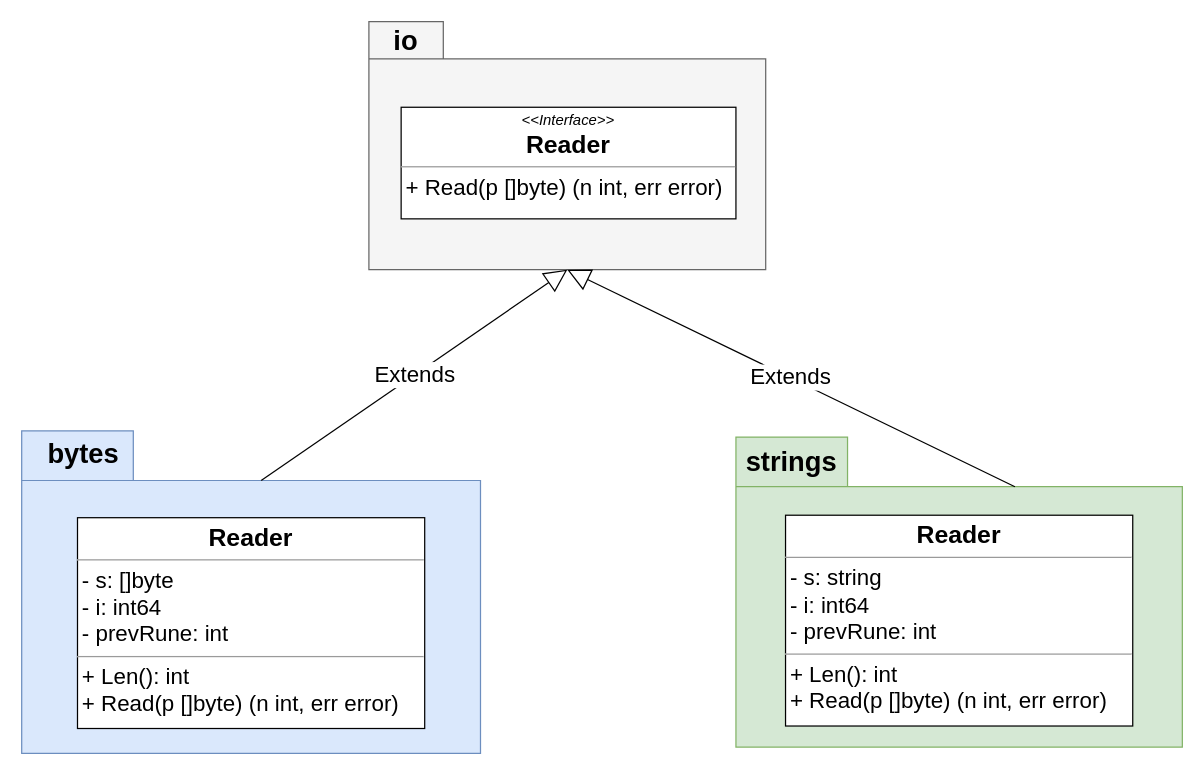
This is advanced/uml/io-bytes-strings.drawio from yongxinz/gopher, a draw.io file, before an edit. Source tidied: cells renumbered, new cells numbered last; positions are measured from the earlier drawing's top-left corner, leaving out a move shared by most shapes. Both pictures are drawn from the tidied source at 124%, with x=0, y=0 at pixel (21, 21).
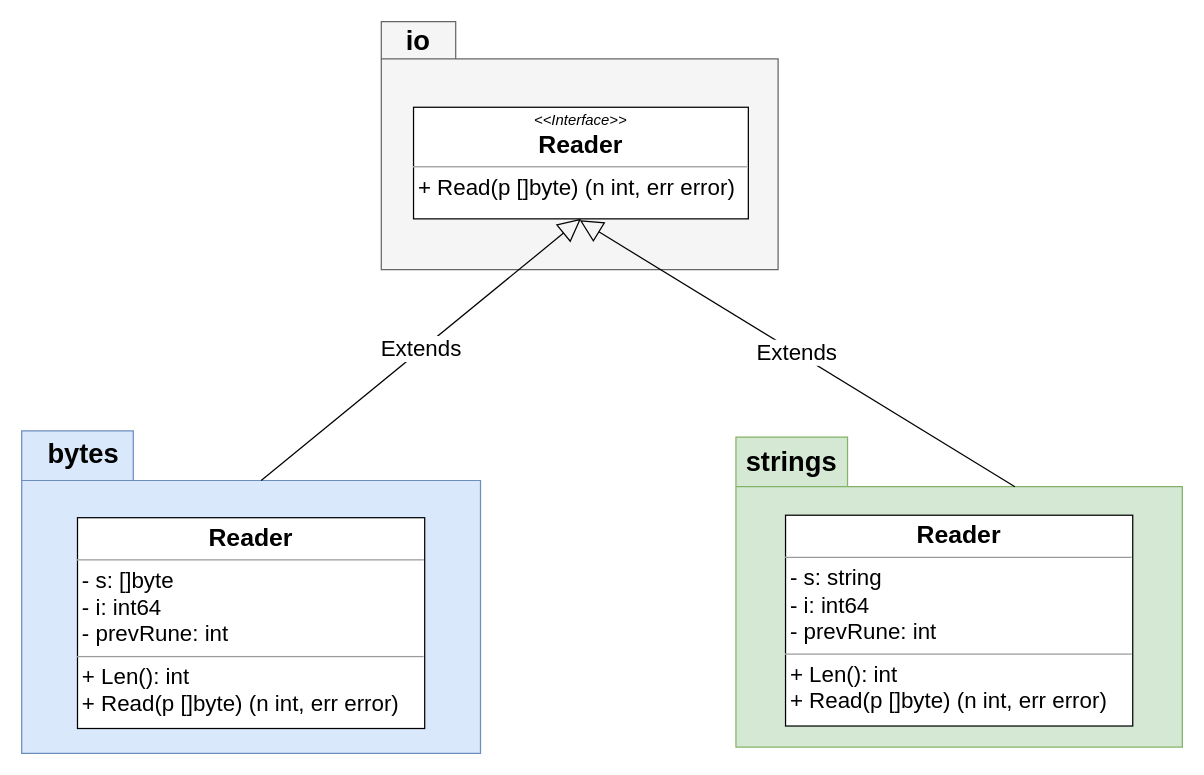
Above is the later version.

The edit, as a diff of the source:
```diff
@@
 <mxGraphModel>
   <root>
     <mxCell id="0" />
     <mxCell id="1" parent="0" />
     <mxCell id="2" style="shape=folder;fontStyle=1;spacingTop=10;tabWidth=60;tabHeight=30;tabPosition=left;html=1;fillColor=#f5f5f5;fontColor=#333333;strokeColor=#666666;" parent="1" vertex="1">
-      <mxGeometry x="280" width="320" height="200" as="geometry" />
+      <mxGeometry x="290" width="320" height="200" as="geometry" />
     </mxCell>
     <mxCell id="3" value="&lt;p style=&quot;margin: 0px ; margin-top: 4px ; text-align: center&quot;&gt;&lt;i&gt;&amp;lt;&amp;lt;Interface&amp;gt;&amp;gt;&lt;/i&gt;&lt;br&gt;&lt;b&gt;&lt;font style=&quot;font-size: 20px&quot;&gt;Reader&lt;/font&gt;&lt;/b&gt;&lt;/p&gt;&lt;hr size=&quot;1&quot;&gt;&lt;p style=&quot;margin: 0px 0px 0px 4px ; font-size: 18px&quot;&gt;&lt;font style=&quot;font-size: 18px&quot;&gt;+&amp;nbsp;&lt;/font&gt;&lt;font style=&quot;font-size: 18px&quot;&gt;Read(p []byte) (n int, err error)&lt;/font&gt;&lt;/p&gt;" style="verticalAlign=top;align=left;overflow=fill;fontSize=12;fontFamily=Helvetica;html=1;" parent="1" vertex="1">
-      <mxGeometry x="306" y="69" width="270" height="90" as="geometry" />
+      <mxGeometry x="316" y="69" width="270" height="90" as="geometry" />
     </mxCell>
     <mxCell id="4" value="io" style="text;align=center;fontStyle=1;verticalAlign=middle;spacingLeft=3;spacingRight=3;strokeColor=none;fontSize=22;" parent="1" vertex="1">
-      <mxGeometry x="270" width="80" height="26" as="geometry" />
+      <mxGeometry x="280" width="80" height="26" as="geometry" />
     </mxCell>
     <mxCell id="5" value="&lt;div style=&quot;text-align: left ; line-height: 1.75 ; font-size: 14px&quot;&gt;&lt;br&gt;&lt;/div&gt;" style="shape=folder;fontStyle=1;spacingTop=10;tabWidth=90;tabHeight=40;tabPosition=left;html=1;fontSize=18;fillColor=#dae8fc;strokeColor=#6c8ebf;" parent="1" vertex="1">
       <mxGeometry y="330" width="370" height="260" as="geometry" />
     </mxCell>
     <mxCell id="6" value="&lt;div style=&quot;text-align: left ; line-height: 1.75 ; font-size: 14px&quot;&gt;&lt;br&gt;&lt;/div&gt;" style="shape=folder;fontStyle=1;spacingTop=10;tabWidth=90;tabHeight=40;tabPosition=left;html=1;fontSize=18;fillColor=#d5e8d4;strokeColor=#82b366;" parent="1" vertex="1">
       <mxGeometry x="576" y="335" width="360" height="250" as="geometry" />
     </mxCell>
     <mxCell id="7" value="bytes" style="text;align=center;fontStyle=1;verticalAlign=middle;spacingLeft=3;spacingRight=3;strokeColor=none;fontSize=22;" parent="1" vertex="1">
       <mxGeometry x="10" y="333" width="80" height="26" as="geometry" />
     </mxCell>
     <mxCell id="8" value="strings" style="text;align=center;fontStyle=1;verticalAlign=middle;spacingLeft=3;spacingRight=3;strokeColor=none;fontSize=22;" parent="1" vertex="1">
       <mxGeometry x="581" y="340" width="80" height="26" as="geometry" />
     </mxCell>
     <mxCell id="9" value="&lt;p style=&quot;margin: 0px ; margin-top: 4px ; text-align: center&quot;&gt;&lt;b&gt;&lt;font style=&quot;font-size: 20px&quot;&gt;Reader&lt;/font&gt;&lt;/b&gt;&lt;/p&gt;&lt;hr size=&quot;1&quot;&gt;&lt;p style=&quot;margin: 0px 0px 0px 4px ; font-size: 18px&quot;&gt;&lt;font style=&quot;font-size: 18px&quot;&gt;- s: string&lt;/font&gt;&lt;/p&gt;&lt;p style=&quot;margin: 0px 0px 0px 4px ; font-size: 18px&quot;&gt;&lt;font style=&quot;font-size: 18px&quot;&gt;- i: int64&lt;/font&gt;&lt;/p&gt;&lt;p style=&quot;margin: 0px 0px 0px 4px ; font-size: 18px&quot;&gt;&lt;font style=&quot;font-size: 18px&quot;&gt;- prevRune: int&lt;/font&gt;&lt;/p&gt;&lt;hr size=&quot;1&quot;&gt;&lt;p style=&quot;margin: 0px 0px 0px 4px ; font-size: 18px&quot;&gt;&lt;font style=&quot;font-size: 18px&quot;&gt;+ Len(): int&lt;/font&gt;&lt;/p&gt;&lt;p style=&quot;margin: 0px 0px 0px 4px ; font-size: 18px&quot;&gt;&lt;font style=&quot;font-size: 18px&quot;&gt;+&amp;nbsp;&lt;/font&gt;&lt;font style=&quot;font-size: 18px&quot;&gt;Read(p []byte) (n int, err error)&lt;/font&gt;&lt;br&gt;&lt;/p&gt;" style="verticalAlign=top;align=left;overflow=fill;fontSize=12;fontFamily=Helvetica;html=1;" parent="1" vertex="1">
       <mxGeometry x="616" y="398" width="280" height="170" as="geometry" />
     </mxCell>
     <mxCell id="10" value="&lt;p style=&quot;margin: 0px ; margin-top: 4px ; text-align: center&quot;&gt;&lt;b&gt;&lt;font style=&quot;font-size: 20px&quot;&gt;Reader&lt;/font&gt;&lt;/b&gt;&lt;/p&gt;&lt;hr size=&quot;1&quot;&gt;&lt;p style=&quot;margin: 0px 0px 0px 4px ; font-size: 18px&quot;&gt;&lt;font style=&quot;font-size: 18px&quot;&gt;- s: []byte&lt;/font&gt;&lt;/p&gt;&lt;p style=&quot;margin: 0px 0px 0px 4px ; font-size: 18px&quot;&gt;&lt;font style=&quot;font-size: 18px&quot;&gt;- i: int64&lt;/font&gt;&lt;/p&gt;&lt;p style=&quot;margin: 0px 0px 0px 4px ; font-size: 18px&quot;&gt;&lt;font style=&quot;font-size: 18px&quot;&gt;- prevRune: int&lt;/font&gt;&lt;/p&gt;&lt;hr size=&quot;1&quot;&gt;&lt;p style=&quot;margin: 0px 0px 0px 4px ; font-size: 18px&quot;&gt;&lt;font style=&quot;font-size: 18px&quot;&gt;+ Len(): int&lt;/font&gt;&lt;/p&gt;&lt;p style=&quot;margin: 0px 0px 0px 4px ; font-size: 18px&quot;&gt;&lt;font style=&quot;font-size: 18px&quot;&gt;+&amp;nbsp;&lt;/font&gt;&lt;font style=&quot;font-size: 18px&quot;&gt;Read(p []byte) (n int, err error)&lt;/font&gt;&lt;br&gt;&lt;/p&gt;" style="verticalAlign=top;align=left;overflow=fill;fontSize=12;fontFamily=Helvetica;html=1;" parent="1" vertex="1">
       <mxGeometry x="45" y="400" width="280" height="170" as="geometry" />
     </mxCell>
-    <mxCell id="11" value="Extends" style="endArrow=block;endSize=16;endFill=0;html=1;rounded=0;fontSize=18;exitX=0.522;exitY=0.154;exitDx=0;exitDy=0;exitPerimeter=0;entryX=0.5;entryY=1;entryDx=0;entryDy=0;entryPerimeter=0;" parent="1" edge="1" source="5" target="2">
+    <mxCell id="11" value="Extends" style="endArrow=block;endSize=16;endFill=0;html=1;rounded=0;fontSize=18;exitX=0.522;exitY=0.154;exitDx=0;exitDy=0;exitPerimeter=0;entryX=0.5;entryY=1;entryDx=0;entryDy=0;" parent="1" edge="1" source="5" target="3">
       <mxGeometry relative="1" as="geometry" />
     </mxCell>
-    <mxCell id="12" value="Extends" style="endArrow=block;endSize=16;endFill=0;html=1;rounded=0;fontSize=18;exitX=0;exitY=0;exitDx=225;exitDy=40;exitPerimeter=0;entryX=0.5;entryY=1;entryDx=0;entryDy=0;entryPerimeter=0;" parent="1" edge="1" source="6" target="2">
-      <mxGeometry relative="1" as="geometry" />
+    <mxCell id="12" value="Extends" style="endArrow=block;endSize=16;endFill=0;html=1;rounded=0;fontSize=18;exitX=0;exitY=0;exitDx=225;exitDy=40;exitPerimeter=0;" parent="1" edge="1" source="6">
+      <mxGeometry relative="1" as="geometry">
+        <mxPoint x="450" y="160" as="targetPoint" />
+      </mxGeometry>
     </mxCell>
   </root>
 </mxGraphModel>
```
